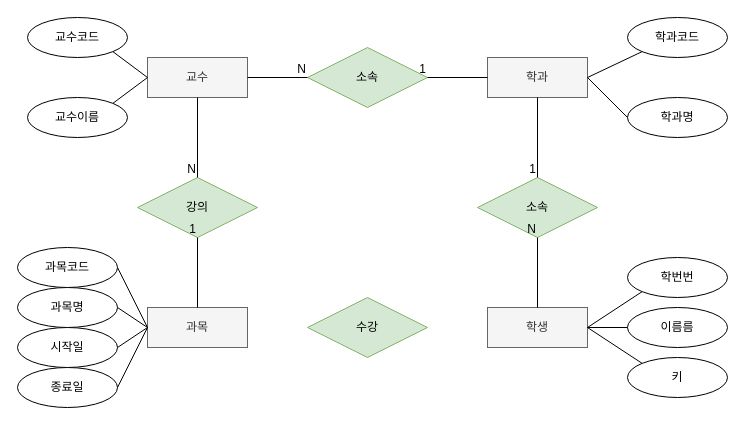
Above: 학사관리시스템.drawio in leelahel/draw.io (draw.io), before the change. Source tidied: cells renumbered, new cells numbered last; positions are measured from the earlier drawing's top-left corner, leaving out a move shared by most shapes. Both pictures are drawn from the tidied source at 100%, with x=0, y=0 at pixel (17, 17).
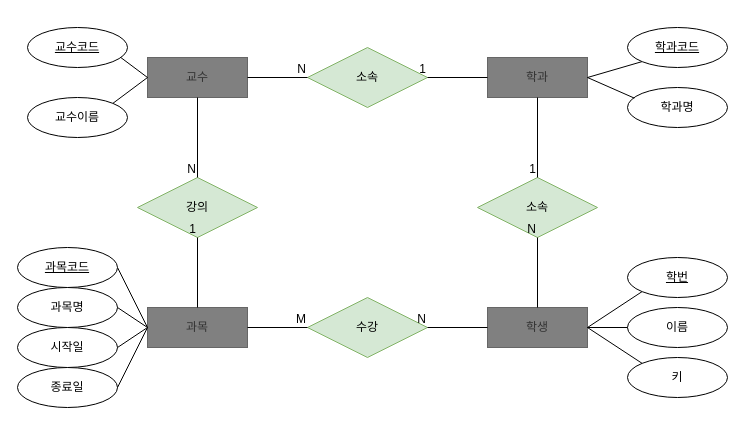
The same page after the edit.

Commit message (it also covers changes not shown here):
학사관리시스템.drawio 업데이트

Unchanged cells that the change refers to:
```xml
<mxCell id="6" value="수강" style="shape=rhombus;perimeter=rhombusPerimeter;whiteSpace=wrap;html=1;align=center;fillColor=#d5e8d4;strokeColor=#82b366;" parent="1" vertex="1">
  <mxGeometry x="290" y="280" width="120" height="60" as="geometry" />
</mxCell>
```

The edit, as a diff of the source:
```diff
@@
-    <mxCell id="2" value="교수" style="whiteSpace=wrap;html=1;align=center;fillColor=#f5f5f5;fontColor=#333333;strokeColor=#666666;" parent="1" vertex="1">
+    <mxCell id="2" value="교수" style="whiteSpace=wrap;html=1;align=center;fillColor=#808080;fontColor=#333333;strokeColor=#666666;" parent="1" vertex="1">
       <mxGeometry x="130" y="40" width="100" height="40" as="geometry" />
     </mxCell>
-    <mxCell id="3" value="학생" style="whiteSpace=wrap;html=1;align=center;fillColor=#f5f5f5;fontColor=#333333;strokeColor=#666666;" parent="1" vertex="1">
+    <mxCell id="3" value="학생" style="whiteSpace=wrap;html=1;align=center;fillColor=#808080;fontColor=#333333;strokeColor=#666666;" parent="1" vertex="1">
       <mxGeometry x="470" y="290" width="100" height="40" as="geometry" />
     </mxCell>
-    <mxCell id="4" value="학과" style="whiteSpace=wrap;html=1;align=center;fillColor=#f5f5f5;fontColor=#333333;strokeColor=#666666;" parent="1" vertex="1">
+    <mxCell id="4" value="학과" style="whiteSpace=wrap;html=1;align=center;fillColor=#808080;fontColor=#333333;strokeColor=#666666;" parent="1" vertex="1">
       <mxGeometry x="470" y="40" width="100" height="40" as="geometry" />
     </mxCell>
-    <mxCell id="5" value="과목" style="whiteSpace=wrap;html=1;align=center;fillColor=#f5f5f5;fontColor=#333333;strokeColor=#666666;" parent="1" vertex="1">
+    <mxCell id="5" value="과목" style="whiteSpace=wrap;html=1;align=center;fillColor=#808080;fontColor=#333333;strokeColor=#666666;" parent="1" vertex="1">
       <mxGeometry x="130" y="290" width="100" height="40" as="geometry" />
     </mxCell>
@@
-    <mxCell id="11" value="교수코드" style="ellipse;whiteSpace=wrap;html=1;align=center;" parent="1" vertex="1">
-      <mxGeometry x="10" width="100" height="40" as="geometry" />
-    </mxCell>
@@
-    <mxCell id="15" value="과목코드" style="ellipse;whiteSpace=wrap;html=1;align=center;" parent="1" vertex="1">
-      <mxGeometry y="230" width="100" height="40" as="geometry" />
-    </mxCell>
@@
-    <mxCell id="17" value="이름름" style="ellipse;whiteSpace=wrap;html=1;align=center;" parent="1" vertex="1">
+    <mxCell id="17" value="이름" style="ellipse;whiteSpace=wrap;html=1;align=center;" parent="1" vertex="1">
       <mxGeometry x="610" y="290" width="100" height="40" as="geometry" />
     </mxCell>
-    <mxCell id="18" value="학번번" style="ellipse;whiteSpace=wrap;html=1;align=center;" parent="1" vertex="1">
-      <mxGeometry x="610" y="240" width="100" height="40" as="geometry" />
-    </mxCell>
     <mxCell id="19" value="학과명" style="ellipse;whiteSpace=wrap;html=1;align=center;" parent="1" vertex="1">
-      <mxGeometry x="610" y="80" width="100" height="40" as="geometry" />
+      <mxGeometry x="610" y="70" width="100" height="40" as="geometry" />
     </mxCell>
-    <mxCell id="20" value="학과코드" style="ellipse;whiteSpace=wrap;html=1;align=center;" parent="1" vertex="1">
-      <mxGeometry x="610" width="100" height="40" as="geometry" />
-    </mxCell>
-    <mxCell id="21" style="endArrow=none;html=1;rounded=0;exitX=1;exitY=0.5;exitDx=0;exitDy=0;entryX=0;entryY=0.5;entryDx=0;entryDy=0;" parent="1" edge="1" source="15" target="5">
-      <mxGeometry relative="1" as="geometry" />
+    <mxCell id="21" style="endArrow=none;html=1;rounded=0;exitX=1;exitY=0.5;exitDx=0;exitDy=0;entryX=0;entryY=0.5;entryDx=0;entryDy=0;" parent="1" edge="1" target="5">
+      <mxGeometry relative="1" as="geometry">
+        <mxPoint x="100" y="250" as="sourcePoint" />
+      </mxGeometry>
     </mxCell>
@@
-    <mxCell id="25" style="endArrow=none;html=1;rounded=0;entryX=0;entryY=0.5;entryDx=0;entryDy=0;exitX=1;exitY=1;exitDx=0;exitDy=0;" parent="1" edge="1" source="11" target="2">
-      <mxGeometry relative="1" as="geometry" />
+    <mxCell id="25" style="endArrow=none;html=1;rounded=0;entryX=0;entryY=0.5;entryDx=0;entryDy=0;exitX=1;exitY=1;exitDx=0;exitDy=0;" parent="1" edge="1" target="2">
+      <mxGeometry relative="1" as="geometry">
+        <mxPoint x="95.4" y="34.1" as="sourcePoint" />
+      </mxGeometry>
     </mxCell>
@@
-    <mxCell id="27" style="endArrow=none;html=1;rounded=0;exitX=1;exitY=0.5;exitDx=0;exitDy=0;entryX=0;entryY=1;entryDx=0;entryDy=0;" parent="1" edge="1" source="4" target="20">
-      <mxGeometry relative="1" as="geometry" />
+    <mxCell id="27" style="endArrow=none;html=1;rounded=0;exitX=1;exitY=0.5;exitDx=0;exitDy=0;entryX=0;entryY=1;entryDx=0;entryDy=0;" parent="1" edge="1" source="4">
+      <mxGeometry relative="1" as="geometry">
+        <mxPoint x="624.6" y="44.1" as="targetPoint" />
+      </mxGeometry>
     </mxCell>
-    <mxCell id="28" style="endArrow=none;html=1;rounded=0;exitX=1;exitY=0.5;exitDx=0;exitDy=0;entryX=0;entryY=0.5;entryDx=0;entryDy=0;" parent="1" edge="1" source="4" target="19">
+    <mxCell id="28" style="endArrow=none;html=1;rounded=0;exitX=1;exitY=0.5;exitDx=0;exitDy=0;entryX=0.068;entryY=0.265;entryDx=0;entryDy=0;entryPerimeter=0;" parent="1" edge="1" source="4" target="19">
       <mxGeometry relative="1" as="geometry" />
     </mxCell>
-    <mxCell id="29" style="endArrow=none;html=1;rounded=0;exitX=1;exitY=0.5;exitDx=0;exitDy=0;entryX=0;entryY=1;entryDx=0;entryDy=0;" parent="1" edge="1" source="3" target="18">
-      <mxGeometry relative="1" as="geometry" />
+    <mxCell id="29" style="endArrow=none;html=1;rounded=0;exitX=1;exitY=0.5;exitDx=0;exitDy=0;entryX=0;entryY=1;entryDx=0;entryDy=0;" parent="1" edge="1" source="3">
+      <mxGeometry relative="1" as="geometry">
+        <mxPoint x="624.6" y="274.1" as="targetPoint" />
+      </mxGeometry>
     </mxCell>
@@
+    <mxCell id="44" style="endArrow=none;html=1;rounded=0;entryX=1;entryY=0.5;entryDx=0;entryDy=0;exitX=0;exitY=0.5;exitDx=0;exitDy=0;" parent="1" edge="1" source="3" target="6">
+      <mxGeometry relative="1" as="geometry" />
+    </mxCell>
+    <mxCell id="45" value="N" style="html=1;whiteSpace=wrap;align=right;verticalAlign=bottom;" parent="44" vertex="1">
+      <mxGeometry x="1" relative="1" as="geometry" />
+    </mxCell>
+    <mxCell id="11" value="교수코드" style="ellipse;whiteSpace=wrap;html=1;align=center;fontStyle=4;" parent="1" vertex="1">
+      <mxGeometry x="10" y="10" width="100" height="40" as="geometry" />
+    </mxCell>
+    <mxCell id="46" value="학번" style="ellipse;whiteSpace=wrap;html=1;align=center;fontStyle=4;" parent="1" vertex="1">
+      <mxGeometry x="610" y="240" width="100" height="40" as="geometry" />
+    </mxCell>
+    <mxCell id="15" value="과목코드" style="ellipse;whiteSpace=wrap;html=1;align=center;fontStyle=4;" parent="1" vertex="1">
+      <mxGeometry y="230" width="100" height="40" as="geometry" />
+    </mxCell>
+    <mxCell id="20" value="학과코드" style="ellipse;whiteSpace=wrap;html=1;align=center;fontStyle=4;" parent="1" vertex="1">
+      <mxGeometry x="610" y="10" width="100" height="40" as="geometry" />
+    </mxCell>
+    <mxCell id="47" style="endArrow=none;html=1;rounded=0;exitX=1;exitY=0.5;exitDx=0;exitDy=0;entryX=0;entryY=0.5;entryDx=0;entryDy=0;" parent="1" edge="1" source="5" target="6">
+      <mxGeometry relative="1" as="geometry" />
+    </mxCell>
+    <mxCell id="48" value="M" style="html=1;whiteSpace=wrap;align=right;verticalAlign=bottom;" parent="47" vertex="1">
+      <mxGeometry x="1" relative="1" as="geometry" />
+    </mxCell>
```
